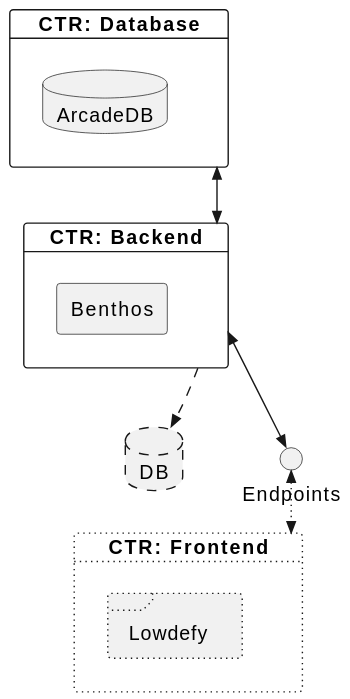
Above: docs/images/inside-view.svg in ulbmuenster/dataasee (PlantUML), before the change. Its diagram source:
```plantuml
@startuml
database src as "DB" #line.dashed;

card ctr_db as "CTR: Database" {
    database db as "ArcadeDB"
}

card ctr_be as "CTR: Backend" {
    agent be as "Benthos"
}

circle http as "Endpoints"

card ctr_fe as "CTR: Frontend" #line.dotted; {
    frame fe as "Lowdefy" #line.dotted;
}

ctr_be -[dashed]->> src
ctr_db <<-->> ctr_be
ctr_be <<-->> http
http <<-[dotted]->> ctr_fe
@enduml
```
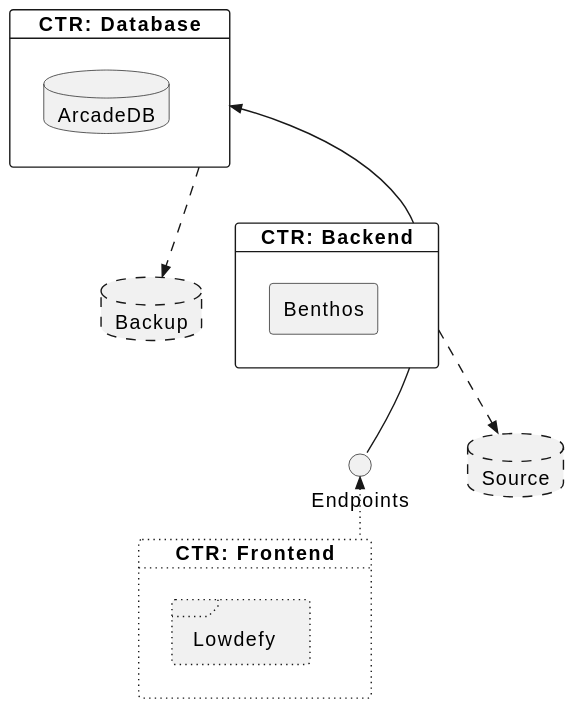
After the change.

Change to the diagram source:
```diff
@@ -1,6 +1,4 @@
 @startuml
-database src as "DB" #line.dashed;
-
 card ctr_db as "CTR: Database" {
     database db as "ArcadeDB"
 }
@@ -15,8 +13,13 @@
     frame fe as "Lowdefy" #line.dotted;
 }
 
+database dst as "Backup" #line.dashed;
+
+database src as "Source" #line.dashed;
+
+ctr_db -[dashed]->> dst
 ctr_be -[dashed]->> src
-ctr_db <<-->> ctr_be
-ctr_be <<-->> http
-http <<-[dotted]->> ctr_fe
+ctr_db <<-- ctr_be
+ctr_be -- http
+http <<-[dotted]- ctr_fe
 @enduml
```
